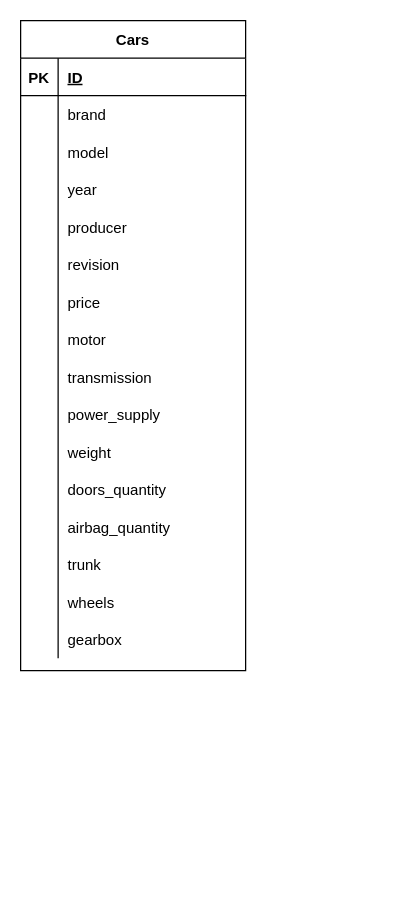
The draw.io diagram structure.drawio in 78741722Ale/db-first, before the edit. Source tidied: cells renumbered, new cells numbered last; positions are measured from the earlier drawing's top-left corner, leaving out a move shared by most shapes. Both pictures are drawn from the tidied source at 125%, with x=0, y=0 at pixel (20, 20).
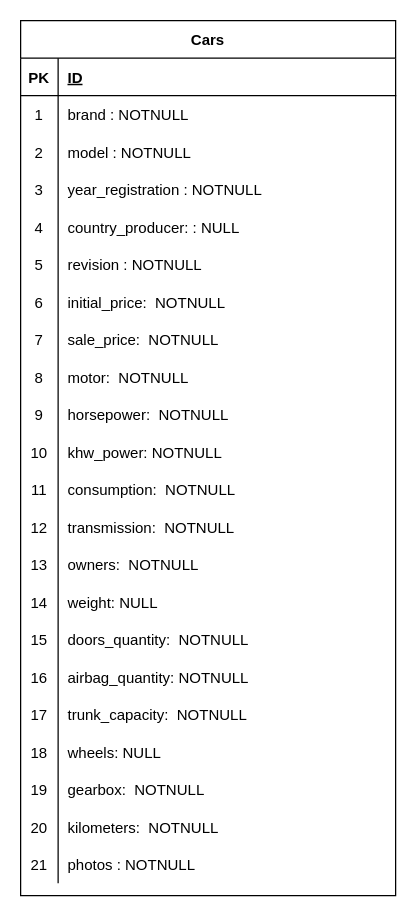
After the change.

Commit message:
Aggiunte Null/NotNull a tutte le voci

Diff of the diagram source:
```diff
@@
     <mxCell id="2" value="Cars" style="shape=table;startSize=30;childLayout=tableLayout;rowLines=0;fontStyle=1;align=center;" parent="1" vertex="1">
-      <mxGeometry width="180" height="520" as="geometry" />
+      <mxGeometry width="300" height="700" as="geometry" />
     </mxCell>
     <mxCell id="3" style="shape=partialRectangle;fillColor=none;top=0;left=0;bottom=1;right=0;" parent="2" vertex="1">
-      <mxGeometry y="30" width="180" height="30" as="geometry" />
+      <mxGeometry y="30" width="300" height="30" as="geometry" />
     </mxCell>
@@
     <mxCell id="5" value="ID" style="shape=partialRectangle;fillColor=none;top=0;left=0;bottom=0;right=0;align=left;spacingLeft=6;fontStyle=5;overflow=hidden;" parent="3" vertex="1">
-      <mxGeometry x="30" width="150" height="30" as="geometry" />
+      <mxGeometry x="30" width="270" height="30" as="geometry" />
     </mxCell>
     <mxCell id="6" style="shape=partialRectangle;fillColor=none;top=0;left=0;bottom=0;right=0;" parent="2" vertex="1">
-      <mxGeometry y="60" width="180" height="30" as="geometry" />
+      <mxGeometry y="60" width="300" height="30" as="geometry" />
     </mxCell>
-    <mxCell id="7" style="shape=partialRectangle;fillColor=none;top=0;left=0;bottom=0;right=0;overflow=hidden;" parent="6" vertex="1">
+    <mxCell id="7" value="1" style="shape=partialRectangle;fillColor=none;top=0;left=0;bottom=0;right=0;overflow=hidden;" parent="6" vertex="1">
       <mxGeometry width="30" height="30" as="geometry" />
     </mxCell>
-    <mxCell id="8" value="brand" style="shape=partialRectangle;fillColor=none;top=0;left=0;bottom=0;right=0;align=left;spacingLeft=6;overflow=hidden;" parent="6" vertex="1">
-      <mxGeometry x="30" width="150" height="30" as="geometry" />
+    <mxCell id="8" value="brand : NOTNULL" style="shape=partialRectangle;fillColor=none;top=0;left=0;bottom=0;right=0;align=left;spacingLeft=6;overflow=hidden;" parent="6" vertex="1">
+      <mxGeometry x="30" width="270" height="30" as="geometry" />
     </mxCell>
     <mxCell id="9" style="shape=partialRectangle;fillColor=none;top=0;left=0;bottom=0;right=0;" parent="2" vertex="1">
-      <mxGeometry y="90" width="180" height="30" as="geometry" />
+      <mxGeometry y="90" width="300" height="30" as="geometry" />
     </mxCell>
-    <mxCell id="10" style="shape=partialRectangle;fillColor=none;top=0;left=0;bottom=0;right=0;overflow=hidden;" parent="9" vertex="1">
+    <mxCell id="10" value="2" style="shape=partialRectangle;fillColor=none;top=0;left=0;bottom=0;right=0;overflow=hidden;" parent="9" vertex="1">
       <mxGeometry width="30" height="30" as="geometry" />
     </mxCell>
-    <mxCell id="11" value="model" style="shape=partialRectangle;fillColor=none;top=0;left=0;bottom=0;right=0;align=left;spacingLeft=6;overflow=hidden;" parent="9" vertex="1">
-      <mxGeometry x="30" width="150" height="30" as="geometry" />
+    <mxCell id="11" value="model : NOTNULL" style="shape=partialRectangle;fillColor=none;top=0;left=0;bottom=0;right=0;align=left;spacingLeft=6;overflow=hidden;" parent="9" vertex="1">
+      <mxGeometry x="30" width="270" height="30" as="geometry" />
     </mxCell>
     <mxCell id="12" style="shape=partialRectangle;fillColor=none;top=0;left=0;bottom=0;right=0;" parent="2" vertex="1">
-      <mxGeometry y="120" width="180" height="30" as="geometry" />
+      <mxGeometry y="120" width="300" height="30" as="geometry" />
     </mxCell>
-    <mxCell id="13" style="shape=partialRectangle;fillColor=none;top=0;left=0;bottom=0;right=0;overflow=hidden;" parent="12" vertex="1">
+    <mxCell id="13" value="3" style="shape=partialRectangle;fillColor=none;top=0;left=0;bottom=0;right=0;overflow=hidden;" parent="12" vertex="1">
       <mxGeometry width="30" height="30" as="geometry" />
     </mxCell>
-    <mxCell id="14" value="year" style="shape=partialRectangle;fillColor=none;top=0;left=0;bottom=0;right=0;align=left;spacingLeft=6;overflow=hidden;" parent="12" vertex="1">
-      <mxGeometry x="30" width="150" height="30" as="geometry" />
+    <mxCell id="14" value="year_registration : NOTNULL" style="shape=partialRectangle;fillColor=none;top=0;left=0;bottom=0;right=0;align=left;spacingLeft=6;overflow=hidden;" parent="12" vertex="1">
+      <mxGeometry x="30" width="270" height="30" as="geometry" />
     </mxCell>
     <mxCell id="15" style="shape=partialRectangle;fillColor=none;top=0;left=0;bottom=0;right=0;" parent="2" vertex="1">
-      <mxGeometry y="150" width="180" height="30" as="geometry" />
+      <mxGeometry y="150" width="300" height="30" as="geometry" />
     </mxCell>
-    <mxCell id="16" style="shape=partialRectangle;fillColor=none;top=0;left=0;bottom=0;right=0;overflow=hidden;" parent="15" vertex="1">
+    <mxCell id="16" value="4" style="shape=partialRectangle;fillColor=none;top=0;left=0;bottom=0;right=0;overflow=hidden;" parent="15" vertex="1">
       <mxGeometry width="30" height="30" as="geometry" />
     </mxCell>
-    <mxCell id="17" value="producer" style="shape=partialRectangle;fillColor=none;top=0;left=0;bottom=0;right=0;align=left;spacingLeft=6;overflow=hidden;" parent="15" vertex="1">
-      <mxGeometry x="30" width="150" height="30" as="geometry" />
+    <mxCell id="17" value="country_producer: : NULL" style="shape=partialRectangle;fillColor=none;top=0;left=0;bottom=0;right=0;align=left;spacingLeft=6;overflow=hidden;" parent="15" vertex="1">
+      <mxGeometry x="30" width="270" height="30" as="geometry" />
     </mxCell>
     <mxCell id="18" style="shape=partialRectangle;fillColor=none;top=0;left=0;bottom=0;right=0;" parent="2" vertex="1">
-      <mxGeometry y="180" width="180" height="30" as="geometry" />
+      <mxGeometry y="180" width="300" height="30" as="geometry" />
     </mxCell>
-    <mxCell id="19" style="shape=partialRectangle;fillColor=none;top=0;left=0;bottom=0;right=0;overflow=hidden;" parent="18" vertex="1">
+    <mxCell id="19" value="5" style="shape=partialRectangle;fillColor=none;top=0;left=0;bottom=0;right=0;overflow=hidden;" parent="18" vertex="1">
       <mxGeometry width="30" height="30" as="geometry" />
     </mxCell>
-    <mxCell id="20" value="revision" style="shape=partialRectangle;fillColor=none;top=0;left=0;bottom=0;right=0;align=left;spacingLeft=6;overflow=hidden;" parent="18" vertex="1">
-      <mxGeometry x="30" width="150" height="30" as="geometry" />
+    <mxCell id="20" value="revision : NOTNULL" style="shape=partialRectangle;fillColor=none;top=0;left=0;bottom=0;right=0;align=left;spacingLeft=6;overflow=hidden;" parent="18" vertex="1">
+      <mxGeometry x="30" width="270" height="30" as="geometry" />
     </mxCell>
     <mxCell id="21" style="shape=partialRectangle;fillColor=none;top=0;left=0;bottom=0;right=0;" parent="2" vertex="1">
-      <mxGeometry y="210" width="180" height="30" as="geometry" />
+      <mxGeometry y="210" width="300" height="30" as="geometry" />
     </mxCell>
-    <mxCell id="22" style="shape=partialRectangle;fillColor=none;top=0;left=0;bottom=0;right=0;overflow=hidden;" parent="21" vertex="1">
+    <mxCell id="22" value="6" style="shape=partialRectangle;fillColor=none;top=0;left=0;bottom=0;right=0;overflow=hidden;" parent="21" vertex="1">
       <mxGeometry width="30" height="30" as="geometry" />
     </mxCell>
-    <mxCell id="23" value="price" style="shape=partialRectangle;fillColor=none;top=0;left=0;bottom=0;right=0;align=left;spacingLeft=6;overflow=hidden;" parent="21" vertex="1">
-      <mxGeometry x="30" width="150" height="30" as="geometry" />
+    <mxCell id="23" value="initial_price:  NOTNULL" style="shape=partialRectangle;fillColor=none;top=0;left=0;bottom=0;right=0;align=left;spacingLeft=6;overflow=hidden;" parent="21" vertex="1">
+      <mxGeometry x="30" width="270" height="30" as="geometry" />
     </mxCell>
+    <mxCell id="51" style="shape=partialRectangle;fillColor=none;top=0;left=0;bottom=0;right=0;" parent="2" vertex="1">
+      <mxGeometry y="240" width="300" height="30" as="geometry" />
+    </mxCell>
+    <mxCell id="52" value="7" style="shape=partialRectangle;fillColor=none;top=0;left=0;bottom=0;right=0;overflow=hidden;" parent="51" vertex="1">
+      <mxGeometry width="30" height="30" as="geometry" />
+    </mxCell>
+    <mxCell id="53" value="sale_price:  NOTNULL" style="shape=partialRectangle;fillColor=none;top=0;left=0;bottom=0;right=0;align=left;spacingLeft=6;overflow=hidden;" parent="51" vertex="1">
+      <mxGeometry x="30" width="270" height="30" as="geometry" />
+    </mxCell>
     <mxCell id="24" style="shape=partialRectangle;fillColor=none;top=0;left=0;bottom=0;right=0;" parent="2" vertex="1">
-      <mxGeometry y="240" width="180" height="30" as="geometry" />
+      <mxGeometry y="270" width="300" height="30" as="geometry" />
     </mxCell>
-    <mxCell id="25" style="shape=partialRectangle;fillColor=none;top=0;left=0;bottom=0;right=0;overflow=hidden;" parent="24" vertex="1">
+    <mxCell id="25" value="8" style="shape=partialRectangle;fillColor=none;top=0;left=0;bottom=0;right=0;overflow=hidden;" parent="24" vertex="1">
       <mxGeometry width="30" height="30" as="geometry" />
     </mxCell>
-    <mxCell id="26" value="motor" style="shape=partialRectangle;fillColor=none;top=0;left=0;bottom=0;right=0;align=left;spacingLeft=6;overflow=hidden;" parent="24" vertex="1">
-      <mxGeometry x="30" width="150" height="30" as="geometry" />
+    <mxCell id="26" value="motor:  NOTNULL" style="shape=partialRectangle;fillColor=none;top=0;left=0;bottom=0;right=0;align=left;spacingLeft=6;overflow=hidden;" parent="24" vertex="1">
+      <mxGeometry x="30" width="270" height="30" as="geometry" />
     </mxCell>
+    <mxCell id="54" style="shape=partialRectangle;fillColor=none;top=0;left=0;bottom=0;right=0;" parent="2" vertex="1">
+      <mxGeometry y="300" width="300" height="30" as="geometry" />
+    </mxCell>
+    <mxCell id="55" value="9" style="shape=partialRectangle;fillColor=none;top=0;left=0;bottom=0;right=0;overflow=hidden;" parent="54" vertex="1">
+      <mxGeometry width="30" height="30" as="geometry" />
+    </mxCell>
+    <mxCell id="56" value="horsepower:  NOTNULL" style="shape=partialRectangle;fillColor=none;top=0;left=0;bottom=0;right=0;align=left;spacingLeft=6;overflow=hidden;" parent="54" vertex="1">
+      <mxGeometry x="30" width="270" height="30" as="geometry" />
+    </mxCell>
+    <mxCell id="57" style="shape=partialRectangle;fillColor=none;top=0;left=0;bottom=0;right=0;" parent="2" vertex="1">
+      <mxGeometry y="330" width="300" height="30" as="geometry" />
+    </mxCell>
+    <mxCell id="58" value="10" style="shape=partialRectangle;fillColor=none;top=0;left=0;bottom=0;right=0;overflow=hidden;" parent="57" vertex="1">
+      <mxGeometry width="30" height="30" as="geometry" />
+    </mxCell>
+    <mxCell id="59" value="khw_power: NOTNULL" style="shape=partialRectangle;fillColor=none;top=0;left=0;bottom=0;right=0;align=left;spacingLeft=6;overflow=hidden;" parent="57" vertex="1">
+      <mxGeometry x="30" width="270" height="30" as="geometry" />
+    </mxCell>
+    <mxCell id="60" style="shape=partialRectangle;fillColor=none;top=0;left=0;bottom=0;right=0;" parent="2" vertex="1">
+      <mxGeometry y="360" width="300" height="30" as="geometry" />
+    </mxCell>
+    <mxCell id="61" value="11" style="shape=partialRectangle;fillColor=none;top=0;left=0;bottom=0;right=0;overflow=hidden;" parent="60" vertex="1">
+      <mxGeometry width="30" height="30" as="geometry" />
+    </mxCell>
+    <mxCell id="62" value="consumption:  NOTNULL" style="shape=partialRectangle;fillColor=none;top=0;left=0;bottom=0;right=0;align=left;spacingLeft=6;overflow=hidden;" parent="60" vertex="1">
+      <mxGeometry x="30" width="270" height="30" as="geometry" />
+    </mxCell>
     <mxCell id="27" style="shape=partialRectangle;fillColor=none;top=0;left=0;bottom=0;right=0;" parent="2" vertex="1">
-      <mxGeometry y="270" width="180" height="30" as="geometry" />
+      <mxGeometry y="390" width="300" height="30" as="geometry" />
     </mxCell>
-    <mxCell id="28" style="shape=partialRectangle;fillColor=none;top=0;left=0;bottom=0;right=0;overflow=hidden;" parent="27" vertex="1">
+    <mxCell id="28" value="12" style="shape=partialRectangle;fillColor=none;top=0;left=0;bottom=0;right=0;overflow=hidden;" parent="27" vertex="1">
       <mxGeometry width="30" height="30" as="geometry" />
     </mxCell>
-    <mxCell id="29" value="transmission" style="shape=partialRectangle;fillColor=none;top=0;left=0;bottom=0;right=0;align=left;spacingLeft=6;overflow=hidden;" parent="27" vertex="1">
-      <mxGeometry x="30" width="150" height="30" as="geometry" />
+    <mxCell id="29" value="transmission:  NOTNULL" style="shape=partialRectangle;fillColor=none;top=0;left=0;bottom=0;right=0;align=left;spacingLeft=6;overflow=hidden;" parent="27" vertex="1">
+      <mxGeometry x="30" width="270" height="30" as="geometry" />
     </mxCell>
     <mxCell id="30" style="shape=partialRectangle;fillColor=none;top=0;left=0;bottom=0;right=0;" parent="2" vertex="1">
-      <mxGeometry y="300" width="180" height="30" as="geometry" />
+      <mxGeometry y="420" width="300" height="30" as="geometry" />
     </mxCell>
-    <mxCell id="31" style="shape=partialRectangle;fillColor=none;top=0;left=0;bottom=0;right=0;overflow=hidden;" parent="30" vertex="1">
+    <mxCell id="31" value="13" style="shape=partialRectangle;fillColor=none;top=0;left=0;bottom=0;right=0;overflow=hidden;" parent="30" vertex="1">
       <mxGeometry width="30" height="30" as="geometry" />
     </mxCell>
-    <mxCell id="32" value="power_supply" style="shape=partialRectangle;fillColor=none;top=0;left=0;bottom=0;right=0;align=left;spacingLeft=6;overflow=hidden;" parent="30" vertex="1">
-      <mxGeometry x="30" width="150" height="30" as="geometry" />
+    <mxCell id="32" value="owners:  NOTNULL" style="shape=partialRectangle;fillColor=none;top=0;left=0;bottom=0;right=0;align=left;spacingLeft=6;overflow=hidden;" parent="30" vertex="1">
+      <mxGeometry x="30" width="270" height="30" as="geometry" />
     </mxCell>
     <mxCell id="33" style="shape=partialRectangle;fillColor=none;top=0;left=0;bottom=0;right=0;" parent="2" vertex="1">
-      <mxGeometry y="330" width="180" height="30" as="geometry" />
+      <mxGeometry y="450" width="300" height="30" as="geometry" />
     </mxCell>
-    <mxCell id="34" style="shape=partialRectangle;fillColor=none;top=0;left=0;bottom=0;right=0;overflow=hidden;" parent="33" vertex="1">
+    <mxCell id="34" value="14" style="shape=partialRectangle;fillColor=none;top=0;left=0;bottom=0;right=0;overflow=hidden;" parent="33" vertex="1">
       <mxGeometry width="30" height="30" as="geometry" />
     </mxCell>
-    <mxCell id="35" value="weight" style="shape=partialRectangle;fillColor=none;top=0;left=0;bottom=0;right=0;align=left;spacingLeft=6;overflow=hidden;" parent="33" vertex="1">
-      <mxGeometry x="30" width="150" height="30" as="geometry" />
+    <mxCell id="35" value="weight: NULL" style="shape=partialRectangle;fillColor=none;top=0;left=0;bottom=0;right=0;align=left;spacingLeft=6;overflow=hidden;" parent="33" vertex="1">
+      <mxGeometry x="30" width="270" height="30" as="geometry" />
     </mxCell>
     <mxCell id="36" style="shape=partialRectangle;fillColor=none;top=0;left=0;bottom=0;right=0;" parent="2" vertex="1">
-      <mxGeometry y="360" width="180" height="30" as="geometry" />
+      <mxGeometry y="480" width="300" height="30" as="geometry" />
     </mxCell>
-    <mxCell id="37" style="shape=partialRectangle;fillColor=none;top=0;left=0;bottom=0;right=0;overflow=hidden;" parent="36" vertex="1">
+    <mxCell id="37" value="15" style="shape=partialRectangle;fillColor=none;top=0;left=0;bottom=0;right=0;overflow=hidden;" parent="36" vertex="1">
       <mxGeometry width="30" height="30" as="geometry" />
     </mxCell>
-    <mxCell id="38" value="doors_quantity" style="shape=partialRectangle;fillColor=none;top=0;left=0;bottom=0;right=0;align=left;spacingLeft=6;overflow=hidden;" parent="36" vertex="1">
-      <mxGeometry x="30" width="150" height="30" as="geometry" />
+    <mxCell id="38" value="doors_quantity:  NOTNULL" style="shape=partialRectangle;fillColor=none;top=0;left=0;bottom=0;right=0;align=left;spacingLeft=6;overflow=hidden;" parent="36" vertex="1">
+      <mxGeometry x="30" width="270" height="30" as="geometry" />
     </mxCell>
     <mxCell id="39" style="shape=partialRectangle;fillColor=none;top=0;left=0;bottom=0;right=0;" parent="2" vertex="1">
-      <mxGeometry y="390" width="180" height="30" as="geometry" />
+      <mxGeometry y="510" width="300" height="30" as="geometry" />
     </mxCell>
-    <mxCell id="40" style="shape=partialRectangle;fillColor=none;top=0;left=0;bottom=0;right=0;overflow=hidden;" parent="39" vertex="1">
+    <mxCell id="40" value="16" style="shape=partialRectangle;fillColor=none;top=0;left=0;bottom=0;right=0;overflow=hidden;" parent="39" vertex="1">
       <mxGeometry width="30" height="30" as="geometry" />
     </mxCell>
-    <mxCell id="41" value="airbag_quantity" style="shape=partialRectangle;fillColor=none;top=0;left=0;bottom=0;right=0;align=left;spacingLeft=6;overflow=hidden;" parent="39" vertex="1">
-      <mxGeometry x="30" width="150" height="30" as="geometry" />
+    <mxCell id="41" value="airbag_quantity: NOTNULL" style="shape=partialRectangle;fillColor=none;top=0;left=0;bottom=0;right=0;align=left;spacingLeft=6;overflow=hidden;" parent="39" vertex="1">
+      <mxGeometry x="30" width="270" height="30" as="geometry" />
     </mxCell>
     <mxCell id="42" style="shape=partialRectangle;fillColor=none;top=0;left=0;bottom=0;right=0;" parent="2" vertex="1">
-      <mxGeometry y="420" width="180" height="30" as="geometry" />
+      <mxGeometry y="540" width="300" height="30" as="geometry" />
     </mxCell>
-    <mxCell id="43" style="shape=partialRectangle;fillColor=none;top=0;left=0;bottom=0;right=0;overflow=hidden;" parent="42" vertex="1">
+    <mxCell id="43" value="17" style="shape=partialRectangle;fillColor=none;top=0;left=0;bottom=0;right=0;overflow=hidden;" parent="42" vertex="1">
       <mxGeometry width="30" height="30" as="geometry" />
     </mxCell>
-    <mxCell id="44" value="trunk" style="shape=partialRectangle;fillColor=none;top=0;left=0;bottom=0;right=0;align=left;spacingLeft=6;overflow=hidden;" parent="42" vertex="1">
-      <mxGeometry x="30" width="150" height="30" as="geometry" />
+    <mxCell id="44" value="trunk_capacity:  NOTNULL" style="shape=partialRectangle;fillColor=none;top=0;left=0;bottom=0;right=0;align=left;spacingLeft=6;overflow=hidden;" parent="42" vertex="1">
+      <mxGeometry x="30" width="270" height="30" as="geometry" />
     </mxCell>
     <mxCell id="45" style="shape=partialRectangle;fillColor=none;top=0;left=0;bottom=0;right=0;" parent="2" vertex="1">
-      <mxGeometry y="450" width="180" height="30" as="geometry" />
+      <mxGeometry y="570" width="300" height="30" as="geometry" />
     </mxCell>
-    <mxCell id="46" style="shape=partialRectangle;fillColor=none;top=0;left=0;bottom=0;right=0;overflow=hidden;" parent="45" vertex="1">
+    <mxCell id="46" value="18" style="shape=partialRectangle;fillColor=none;top=0;left=0;bottom=0;right=0;overflow=hidden;" parent="45" vertex="1">
       <mxGeometry width="30" height="30" as="geometry" />
     </mxCell>
-    <mxCell id="47" value="wheels" style="shape=partialRectangle;fillColor=none;top=0;left=0;bottom=0;right=0;align=left;spacingLeft=6;overflow=hidden;" parent="45" vertex="1">
-      <mxGeometry x="30" width="150" height="30" as="geometry" />
+    <mxCell id="47" value="wheels: NULL" style="shape=partialRectangle;fillColor=none;top=0;left=0;bottom=0;right=0;align=left;spacingLeft=6;overflow=hidden;" parent="45" vertex="1">
+      <mxGeometry x="30" width="270" height="30" as="geometry" />
     </mxCell>
     <mxCell id="48" style="shape=partialRectangle;fillColor=none;top=0;left=0;bottom=0;right=0;" parent="2" vertex="1">
-      <mxGeometry y="480" width="180" height="30" as="geometry" />
+      <mxGeometry y="600" width="300" height="30" as="geometry" />
     </mxCell>
-    <mxCell id="49" style="shape=partialRectangle;fillColor=none;top=0;left=0;bottom=0;right=0;overflow=hidden;" parent="48" vertex="1">
+    <mxCell id="49" value="19" style="shape=partialRectangle;fillColor=none;top=0;left=0;bottom=0;right=0;overflow=hidden;" parent="48" vertex="1">
       <mxGeometry width="30" height="30" as="geometry" />
     </mxCell>
-    <mxCell id="50" value="gearbox" style="shape=partialRectangle;fillColor=none;top=0;left=0;bottom=0;right=0;align=left;spacingLeft=6;overflow=hidden;" parent="48" vertex="1">
-      <mxGeometry x="30" width="150" height="30" as="geometry" />
+    <mxCell id="50" value="gearbox:  NOTNULL" style="shape=partialRectangle;fillColor=none;top=0;left=0;bottom=0;right=0;align=left;spacingLeft=6;overflow=hidden;" parent="48" vertex="1">
+      <mxGeometry x="30" width="270" height="30" as="geometry" />
     </mxCell>
+    <mxCell id="63" style="shape=partialRectangle;fillColor=none;top=0;left=0;bottom=0;right=0;" parent="2" vertex="1">
+      <mxGeometry y="630" width="300" height="30" as="geometry" />
+    </mxCell>
+    <mxCell id="64" value="20" style="shape=partialRectangle;fillColor=none;top=0;left=0;bottom=0;right=0;overflow=hidden;" parent="63" vertex="1">
+      <mxGeometry width="30" height="30" as="geometry" />
+    </mxCell>
+    <mxCell id="65" value="kilometers:  NOTNULL" style="shape=partialRectangle;fillColor=none;top=0;left=0;bottom=0;right=0;align=left;spacingLeft=6;overflow=hidden;" parent="63" vertex="1">
+      <mxGeometry x="30" width="270" height="30" as="geometry" />
+    </mxCell>
+    <mxCell id="66" style="shape=partialRectangle;fillColor=none;top=0;left=0;bottom=0;right=0;" parent="2" vertex="1">
+      <mxGeometry y="660" width="300" height="30" as="geometry" />
+    </mxCell>
+    <mxCell id="67" value="21" style="shape=partialRectangle;fillColor=none;top=0;left=0;bottom=0;right=0;overflow=hidden;" parent="66" vertex="1">
+      <mxGeometry width="30" height="30" as="geometry" />
+    </mxCell>
+    <mxCell id="68" value="photos : NOTNULL" style="shape=partialRectangle;fillColor=none;top=0;left=0;bottom=0;right=0;align=left;spacingLeft=6;overflow=hidden;" parent="66" vertex="1">
+      <mxGeometry x="30" width="270" height="30" as="geometry" />
+    </mxCell>
```
